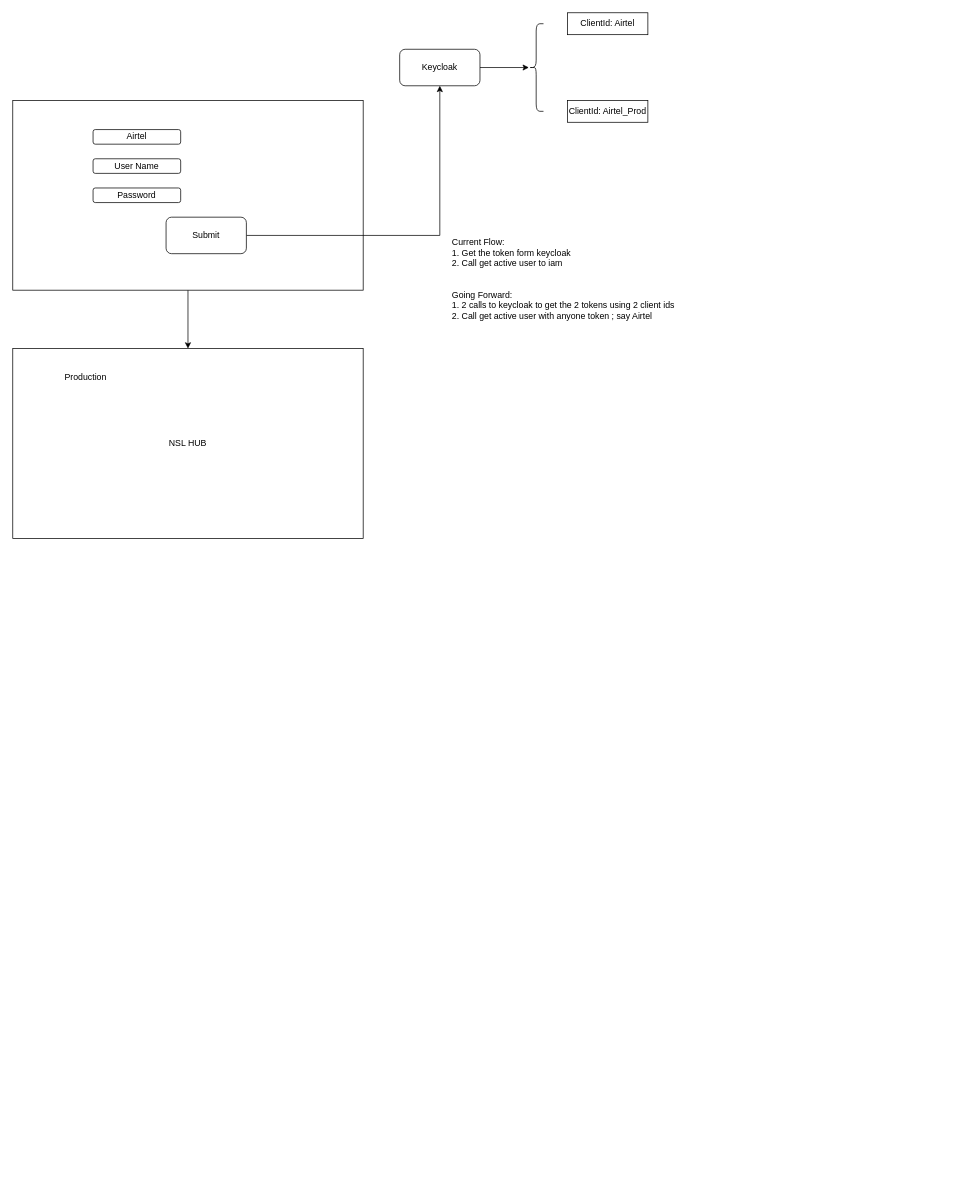
bharathbv44/java keeps this draw.io diagram as Untitled Diagram.drawio. Above is the earlier version. Source tidied: cells renumbered, new cells numbered last; positions are measured from the earlier drawing's top-left corner, leaving out a move shared by most shapes. Both pictures are drawn from the tidied source at 73%, with x=0, y=0 at pixel (12, 12).
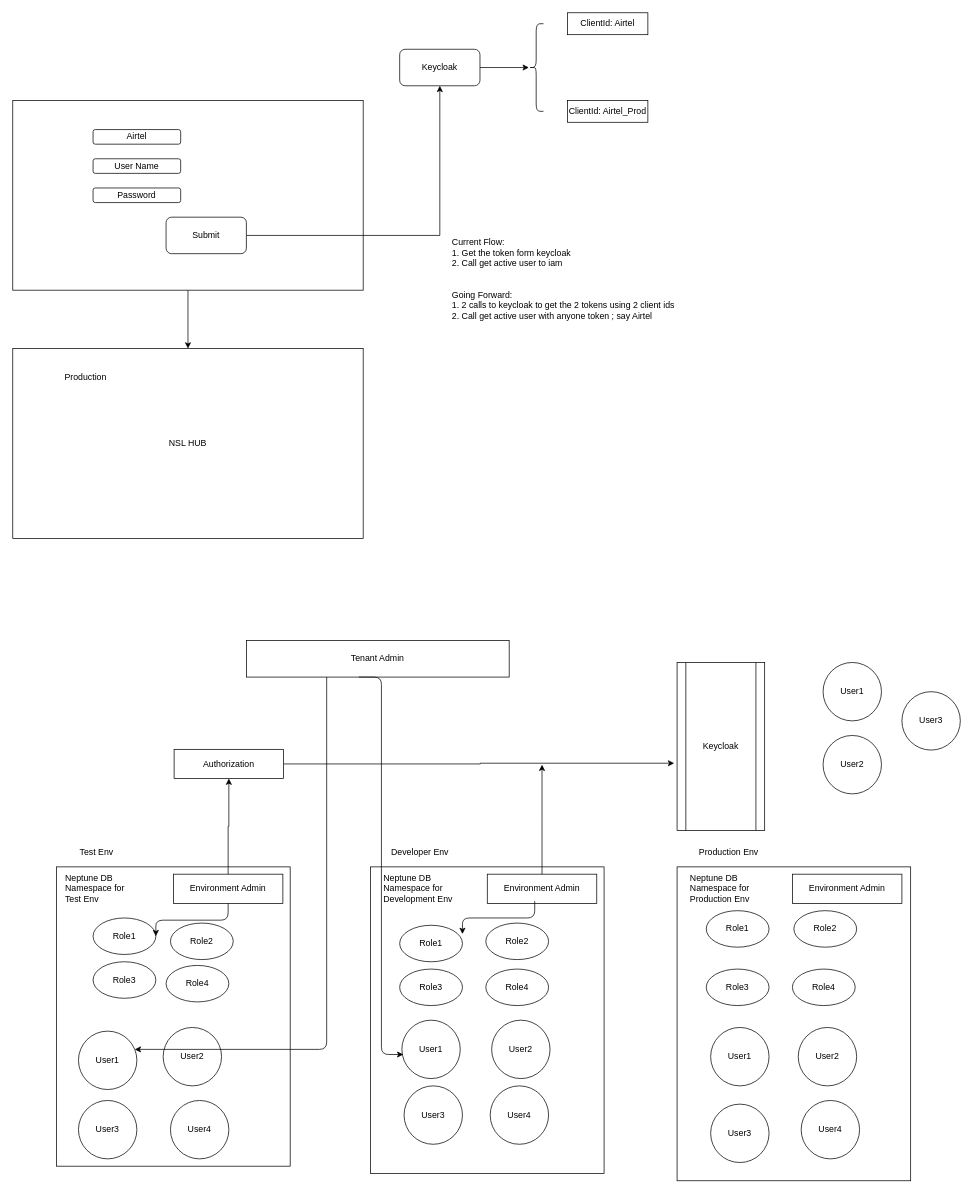
Above is the later version.

Diff of the diagram source:
```diff
@@
+    <mxCell id="17" style="rounded=0;whiteSpace=wrap;html=1;" parent="1" vertex="1">
+      <mxGeometry x="60" y="1170" width="320" height="410" as="geometry" />
+    </mxCell>
@@
+    <mxCell id="18" value="Tenant Admin" style="rounded=0;whiteSpace=wrap;html=1;" parent="1" vertex="1">
+      <mxGeometry x="320" y="860" width="360" height="50" as="geometry" />
+    </mxCell>
+    <mxCell id="19" style="edgeStyle=orthogonalEdgeStyle;rounded=0;jettySize=auto;html=1;" parent="1" edge="1" source="20" target="58">
+      <mxGeometry relative="1" as="geometry" />
+    </mxCell>
+    <mxCell id="20" value="Environment Admin" style="rounded=0;whiteSpace=wrap;html=1;" parent="1" vertex="1">
+      <mxGeometry x="220" y="1180" width="150" height="40" as="geometry" />
+    </mxCell>
+    <mxCell id="21" value="User1" style="ellipse;whiteSpace=wrap;html=1;" parent="1" vertex="1">
+      <mxGeometry x="90" y="1395" width="80" height="80" as="geometry" />
+    </mxCell>
+    <mxCell id="22" value="User2" style="ellipse;whiteSpace=wrap;html=1;" parent="1" vertex="1">
+      <mxGeometry x="206" y="1390" width="80" height="80" as="geometry" />
+    </mxCell>
+    <mxCell id="23" value="User3" style="ellipse;whiteSpace=wrap;html=1;" parent="1" vertex="1">
+      <mxGeometry x="90" y="1490" width="80" height="80" as="geometry" />
+    </mxCell>
+    <mxCell id="24" value="Keycloak" style="shape=process;whiteSpace=wrap;html=1;backgroundOutline=1;" parent="1" vertex="1">
+      <mxGeometry x="910" y="890" width="120" height="230" as="geometry" />
+    </mxCell>
+    <mxCell id="25" value="Role1" style="ellipse;whiteSpace=wrap;html=1;" parent="1" vertex="1">
+      <mxGeometry x="110" y="1240" width="86" height="50" as="geometry" />
+    </mxCell>
+    <mxCell id="26" value="Role2" style="ellipse;whiteSpace=wrap;html=1;" parent="1" vertex="1">
+      <mxGeometry x="216" y="1247" width="86" height="50" as="geometry" />
+    </mxCell>
+    <mxCell id="27" value="Role3" style="ellipse;whiteSpace=wrap;html=1;" parent="1" vertex="1">
+      <mxGeometry x="110" y="1300" width="86" height="50" as="geometry" />
+    </mxCell>
+    <mxCell id="28" value="Role4" style="ellipse;whiteSpace=wrap;html=1;" parent="1" vertex="1">
+      <mxGeometry x="210" y="1305" width="86" height="50" as="geometry" />
+    </mxCell>
+    <mxCell id="29" style="rounded=0;whiteSpace=wrap;html=1;" parent="1" vertex="1">
+      <mxGeometry x="490" y="1170" width="320" height="420" as="geometry" />
+    </mxCell>
+    <mxCell id="30" value="Role1" style="ellipse;whiteSpace=wrap;html=1;" parent="1" vertex="1">
+      <mxGeometry x="530" y="1250" width="86" height="50" as="geometry" />
+    </mxCell>
+    <mxCell id="31" value="Role2" style="ellipse;whiteSpace=wrap;html=1;" parent="1" vertex="1">
+      <mxGeometry x="648" y="1247" width="86" height="50" as="geometry" />
+    </mxCell>
+    <mxCell id="32" value="Role3" style="ellipse;whiteSpace=wrap;html=1;" parent="1" vertex="1">
+      <mxGeometry x="530" y="1310" width="86" height="50" as="geometry" />
+    </mxCell>
+    <mxCell id="33" value="Role4" style="ellipse;whiteSpace=wrap;html=1;" parent="1" vertex="1">
+      <mxGeometry x="648" y="1310" width="86" height="50" as="geometry" />
+    </mxCell>
+    <mxCell id="34" style="rounded=0;whiteSpace=wrap;html=1;" parent="1" vertex="1">
+      <mxGeometry x="910" y="1170" width="320" height="430" as="geometry" />
+    </mxCell>
+    <mxCell id="35" value="Role1" style="ellipse;whiteSpace=wrap;html=1;" parent="1" vertex="1">
+      <mxGeometry x="950" y="1230" width="86" height="50" as="geometry" />
+    </mxCell>
+    <mxCell id="36" value="Role2" style="ellipse;whiteSpace=wrap;html=1;" parent="1" vertex="1">
+      <mxGeometry x="1070" y="1230" width="86" height="50" as="geometry" />
+    </mxCell>
+    <mxCell id="37" value="Role3" style="ellipse;whiteSpace=wrap;html=1;" parent="1" vertex="1">
+      <mxGeometry x="950" y="1310" width="86" height="50" as="geometry" />
+    </mxCell>
+    <mxCell id="38" value="Role4" style="ellipse;whiteSpace=wrap;html=1;" parent="1" vertex="1">
+      <mxGeometry x="1068" y="1310" width="86" height="50" as="geometry" />
+    </mxCell>
+    <mxCell id="39" value="Test Env" style="text;html=1;strokeColor=none;fillColor=none;align=center;verticalAlign=middle;whiteSpace=wrap;rounded=0;" parent="1" vertex="1">
+      <mxGeometry x="80" y="1140" width="70" height="20" as="geometry" />
+    </mxCell>
+    <mxCell id="40" value="Developer Env" style="text;html=1;strokeColor=none;fillColor=none;align=center;verticalAlign=middle;whiteSpace=wrap;rounded=0;" parent="1" vertex="1">
+      <mxGeometry x="503" y="1140" width="110" height="20" as="geometry" />
+    </mxCell>
+    <mxCell id="41" value="Production Env" style="text;html=1;strokeColor=none;fillColor=none;align=center;verticalAlign=middle;whiteSpace=wrap;rounded=0;" parent="1" vertex="1">
+      <mxGeometry x="926" y="1140" width="110" height="20" as="geometry" />
+    </mxCell>
+    <mxCell id="42" style="edgeStyle=orthogonalEdgeStyle;rounded=0;jettySize=auto;html=1;" parent="1" edge="1" source="43">
+      <mxGeometry relative="1" as="geometry">
+        <mxPoint x="725" y="1030" as="targetPoint" />
+      </mxGeometry>
+    </mxCell>
+    <mxCell id="43" value="Environment Admin" style="rounded=0;whiteSpace=wrap;html=1;" parent="1" vertex="1">
+      <mxGeometry x="650" y="1180" width="150" height="40" as="geometry" />
+    </mxCell>
+    <mxCell id="44" value="Environment Admin" style="rounded=0;whiteSpace=wrap;html=1;" parent="1" vertex="1">
+      <mxGeometry x="1068" y="1180" width="150" height="40" as="geometry" />
+    </mxCell>
+    <mxCell id="45" value="User4" style="ellipse;whiteSpace=wrap;html=1;" parent="1" vertex="1">
+      <mxGeometry x="216" y="1490" width="80" height="80" as="geometry" />
+    </mxCell>
+    <mxCell id="46" value="User1" style="ellipse;whiteSpace=wrap;html=1;" parent="1" vertex="1">
+      <mxGeometry x="533" y="1380" width="80" height="80" as="geometry" />
+    </mxCell>
+    <mxCell id="47" value="User2" style="ellipse;whiteSpace=wrap;html=1;" parent="1" vertex="1">
+      <mxGeometry x="656" y="1380" width="80" height="80" as="geometry" />
+    </mxCell>
+    <mxCell id="48" value="User3" style="ellipse;whiteSpace=wrap;html=1;" parent="1" vertex="1">
+      <mxGeometry x="536" y="1470" width="80" height="80" as="geometry" />
+    </mxCell>
+    <mxCell id="49" value="User4" style="ellipse;whiteSpace=wrap;html=1;" parent="1" vertex="1">
+      <mxGeometry x="654" y="1470" width="80" height="80" as="geometry" />
+    </mxCell>
+    <mxCell id="50" value="User1" style="ellipse;whiteSpace=wrap;html=1;" parent="1" vertex="1">
+      <mxGeometry x="956" y="1390" width="80" height="80" as="geometry" />
+    </mxCell>
+    <mxCell id="51" value="User2" style="ellipse;whiteSpace=wrap;html=1;" parent="1" vertex="1">
+      <mxGeometry x="1076" y="1390" width="80" height="80" as="geometry" />
+    </mxCell>
+    <mxCell id="52" value="User3" style="ellipse;whiteSpace=wrap;html=1;" parent="1" vertex="1">
+      <mxGeometry x="956" y="1495" width="80" height="80" as="geometry" />
+    </mxCell>
+    <mxCell id="53" value="User4" style="ellipse;whiteSpace=wrap;html=1;" parent="1" vertex="1">
+      <mxGeometry x="1080" y="1490" width="80" height="80" as="geometry" />
+    </mxCell>
+    <mxCell id="54" value="User1" style="ellipse;whiteSpace=wrap;html=1;" parent="1" vertex="1">
+      <mxGeometry x="1110" y="890" width="80" height="80" as="geometry" />
+    </mxCell>
+    <mxCell id="55" value="User2" style="ellipse;whiteSpace=wrap;html=1;" parent="1" vertex="1">
+      <mxGeometry x="1110" y="990" width="80" height="80" as="geometry" />
+    </mxCell>
+    <mxCell id="56" value="User3" style="ellipse;whiteSpace=wrap;html=1;" parent="1" vertex="1">
+      <mxGeometry x="1218" y="930" width="80" height="80" as="geometry" />
+    </mxCell>
+    <mxCell id="57" style="edgeStyle=orthogonalEdgeStyle;rounded=0;jettySize=auto;html=1;entryX=-0.033;entryY=0.6;entryDx=0;entryDy=0;entryPerimeter=0;" parent="1" edge="1" source="58" target="24">
+      <mxGeometry relative="1" as="geometry" />
+    </mxCell>
+    <mxCell id="58" value="Authorization" style="rounded=0;whiteSpace=wrap;html=1;" parent="1" vertex="1">
+      <mxGeometry x="221" y="1009" width="150" height="40" as="geometry" />
+    </mxCell>
+    <mxCell id="59" value="Neptune DB Namespace for&amp;nbsp;&lt;br&gt;Development Env" style="text;html=1;strokeColor=none;fillColor=none;align=left;verticalAlign=middle;whiteSpace=wrap;rounded=0;" parent="1" vertex="1">
+      <mxGeometry x="506" y="1175" width="110" height="50" as="geometry" />
+    </mxCell>
+    <mxCell id="60" value="Neptune DB Namespace for&amp;nbsp;&lt;br&gt;Production Env" style="text;html=1;strokeColor=none;fillColor=none;align=left;verticalAlign=middle;whiteSpace=wrap;rounded=0;" parent="1" vertex="1">
+      <mxGeometry x="926" y="1175" width="110" height="50" as="geometry" />
+    </mxCell>
+    <mxCell id="61" value="Neptune DB Namespace for&amp;nbsp;&lt;br&gt;Test Env" style="text;html=1;strokeColor=none;fillColor=none;align=left;verticalAlign=middle;whiteSpace=wrap;rounded=0;" parent="1" vertex="1">
+      <mxGeometry x="70" y="1175" width="110" height="50" as="geometry" />
+    </mxCell>
+    <mxCell id="62" style="edgeStyle=elbowEdgeStyle;elbow=vertical;endArrow=classic;html=1;" parent="1" edge="1" source="18" target="21">
+      <mxGeometry relative="1" as="geometry">
+        <Array as="points">
+          <mxPoint x="430" y="1420" />
+        </Array>
+      </mxGeometry>
+    </mxCell>
+    <mxCell id="63" style="edgeStyle=elbowEdgeStyle;elbow=horizontal;endArrow=classic;html=1;entryX=0.025;entryY=0.588;entryDx=0;entryDy=0;entryPerimeter=0;exitX=0.428;exitY=1;exitDx=0;exitDy=0;exitPerimeter=0;" parent="1" edge="1" source="18" target="46">
+      <mxGeometry relative="1" as="geometry" />
+    </mxCell>
+    <mxCell id="64" style="edgeStyle=elbowEdgeStyle;elbow=vertical;endArrow=classic;html=1;entryX=1;entryY=0.5;entryDx=0;entryDy=0;" parent="1" edge="1" source="20" target="25">
+      <mxGeometry relative="1" as="geometry" />
+    </mxCell>
+    <mxCell id="65" style="edgeStyle=elbowEdgeStyle;elbow=vertical;endArrow=classic;html=1;entryX=1;entryY=0.5;entryDx=0;entryDy=0;" parent="1" edge="1">
+      <mxGeometry relative="1" as="geometry">
+        <mxPoint x="715" y="1217" as="sourcePoint" />
+        <mxPoint x="616" y="1262" as="targetPoint" />
+      </mxGeometry>
+    </mxCell>
```
